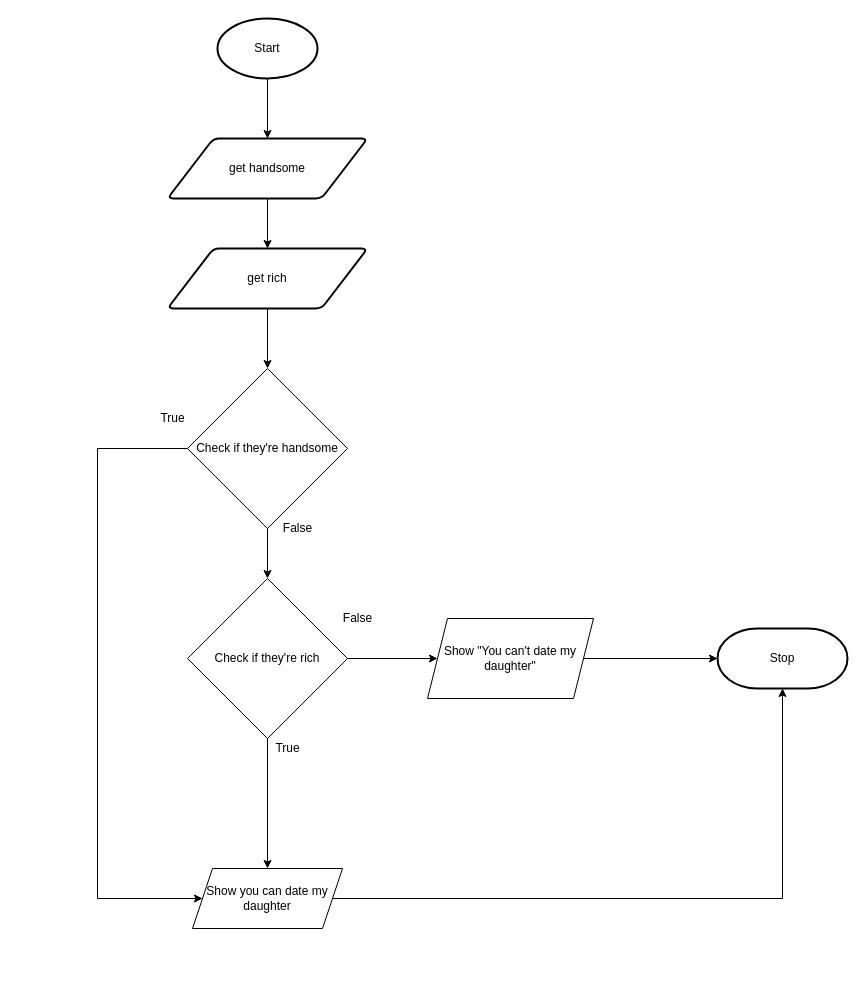
This is flowchart.drawio from Ethan-Prieur1/ICS3U-Unit3-07-Python, a draw.io file, before an edit. Source tidied: cells renumbered, new cells numbered last; positions are measured from the earlier drawing's top-left corner, leaving out a move shared by most shapes. Both pictures are drawn from the tidied source at 100%, with x=0, y=0 at pixel (97, 18).
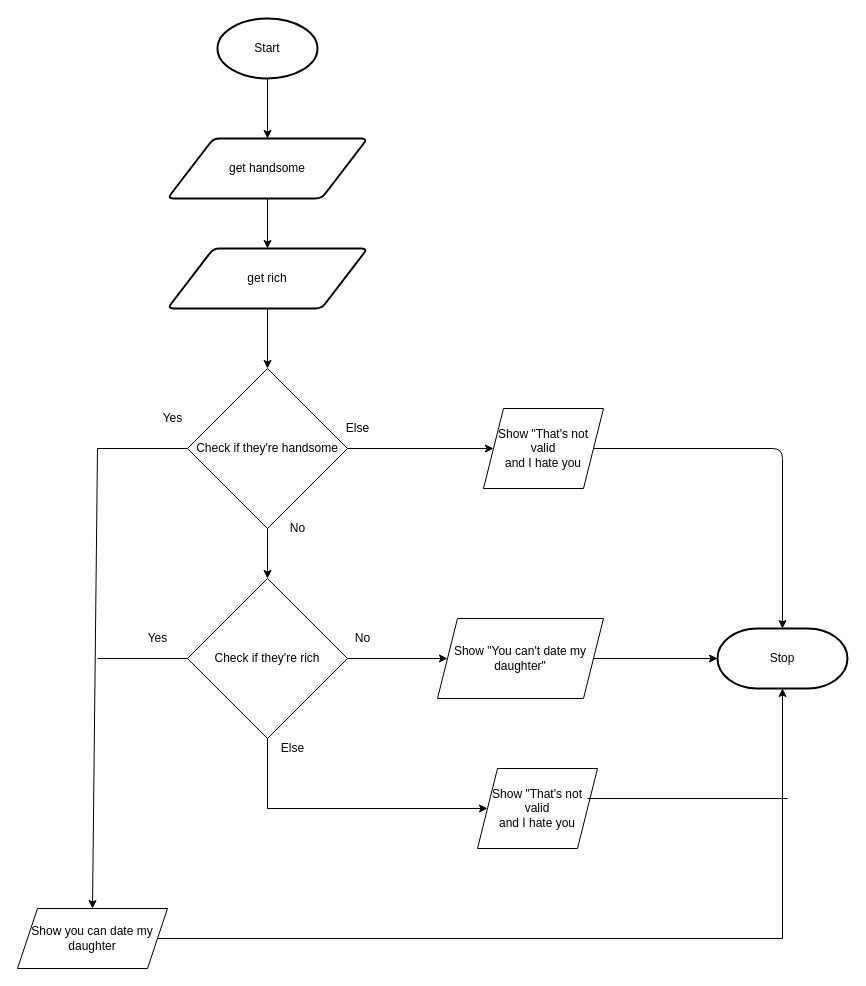
Above is the later version.

The change refers to these unchanged cells:
```xml
<mxCell id="6" value="Stop" style="strokeWidth=2;html=1;shape=mxgraph.flowchart.terminator;whiteSpace=wrap;" parent="1" vertex="1">
  <mxGeometry x="620" y="610" width="130" height="60" as="geometry" />
</mxCell>
<mxCell id="10" value="Check if they're handsome" style="rhombus;whiteSpace=wrap;html=1;" parent="1" vertex="1">
  <mxGeometry x="90" y="350" width="160" height="160" as="geometry" />
</mxCell>
<mxCell id="13" value="Check if they're rich" style="rhombus;whiteSpace=wrap;html=1;" parent="1" vertex="1">
  <mxGeometry x="90" y="560" width="160" height="160" as="geometry" />
</mxCell>
```

What changed in the source:
```diff
@@
+    <mxCell id="23" style="edgeStyle=none;html=1;" parent="1" edge="1" source="10" target="27">
+      <mxGeometry relative="1" as="geometry" />
+    </mxCell>
@@
-    <mxCell id="11" style="edgeStyle=orthogonalEdgeStyle;rounded=0;html=1;" parent="1" edge="1" source="13" target="17">
-      <mxGeometry relative="1" as="geometry" />
-    </mxCell>
-    <mxCell id="12" style="edgeStyle=orthogonalEdgeStyle;rounded=0;html=1;" parent="1" edge="1" source="13" target="15">
+    <mxCell id="12" style="edgeStyle=none;html=1;" parent="1" edge="1" source="13" target="15">
       <mxGeometry relative="1" as="geometry" />
     </mxCell>
+    <mxCell id="24" style="edgeStyle=orthogonalEdgeStyle;html=1;exitX=0.5;exitY=1;exitDx=0;exitDy=0;entryX=0;entryY=0.5;entryDx=0;entryDy=0;rounded=0;" parent="1" edge="1" source="13" target="29">
+      <mxGeometry relative="1" as="geometry">
+        <Array as="points">
+          <mxPoint x="170" y="790" />
+        </Array>
+      </mxGeometry>
+    </mxCell>
@@
-    <mxCell id="14" style="edgeStyle=orthogonalEdgeStyle;html=1;entryX=0;entryY=0.5;entryDx=0;entryDy=0;entryPerimeter=0;exitX=1;exitY=0.5;exitDx=0;exitDy=0;" parent="1" edge="1" source="15" target="6">
+    <mxCell id="14" style="edgeStyle=none;html=1;" parent="1" edge="1" source="15" target="6">
       <mxGeometry relative="1" as="geometry" />
     </mxCell>
     <mxCell id="15" value="Show &quot;You can't date my daughter&quot;" style="shape=parallelogram;perimeter=parallelogramPerimeter;whiteSpace=wrap;html=1;fixedSize=1;" parent="1" vertex="1">
-      <mxGeometry x="330" y="600" width="166" height="80" as="geometry" />
+      <mxGeometry x="340" y="600" width="166" height="80" as="geometry" />
     </mxCell>
@@
     <mxCell id="17" value="Show you can date my daughter" style="shape=parallelogram;perimeter=parallelogramPerimeter;whiteSpace=wrap;html=1;fixedSize=1;" parent="1" vertex="1">
-      <mxGeometry x="95" y="850" width="150" height="60" as="geometry" />
+      <mxGeometry x="-80" y="890" width="150" height="60" as="geometry" />
     </mxCell>
-    <mxCell id="18" style="endArrow=classic;html=1;rounded=0;exitX=0;exitY=0.5;exitDx=0;exitDy=0;entryX=0;entryY=0.5;entryDx=0;entryDy=0;" parent="1" edge="1" source="10" target="17">
+    <mxCell id="18" style="endArrow=classic;html=1;rounded=0;exitX=0;exitY=0.5;exitDx=0;exitDy=0;entryX=0.5;entryY=0;entryDx=0;entryDy=0;" parent="1" edge="1" source="10" target="17">
       <mxGeometry relative="1" as="geometry">
         <Array as="points">
           <mxPoint y="430" />
-          <mxPoint y="880" />
         </Array>
       </mxGeometry>
     </mxCell>
-    <mxCell id="19" value="True" style="text;html=1;align=center;verticalAlign=middle;strokeColor=none;fillColor=none;" parent="1" vertex="1">
+    <mxCell id="19" value="Yes" style="text;html=1;align=center;verticalAlign=middle;strokeColor=none;fillColor=none;" parent="1" vertex="1">
       <mxGeometry x="55" y="390" width="40" height="20" as="geometry" />
     </mxCell>
-    <mxCell id="20" value="False" style="text;html=1;align=center;verticalAlign=middle;strokeColor=none;fillColor=none;" parent="1" vertex="1">
-      <mxGeometry x="175" y="500" width="50" height="20" as="geometry" />
+    <mxCell id="20" value="No" style="text;html=1;align=center;verticalAlign=middle;strokeColor=none;fillColor=none;" parent="1" vertex="1">
+      <mxGeometry x="185" y="500" width="30" height="20" as="geometry" />
     </mxCell>
-    <mxCell id="21" value="True" style="text;html=1;align=center;verticalAlign=middle;strokeColor=none;fillColor=none;" parent="1" vertex="1">
-      <mxGeometry x="170" y="720" width="40" height="20" as="geometry" />
+    <mxCell id="21" value="Yes" style="text;html=1;align=center;verticalAlign=middle;strokeColor=none;fillColor=none;" parent="1" vertex="1">
+      <mxGeometry x="40" y="610" width="40" height="20" as="geometry" />
     </mxCell>
-    <mxCell id="22" value="False" style="text;html=1;align=center;verticalAlign=middle;strokeColor=none;fillColor=none;" parent="1" vertex="1">
-      <mxGeometry x="235" y="590" width="50" height="20" as="geometry" />
+    <mxCell id="22" value="No" style="text;html=1;align=center;verticalAlign=middle;strokeColor=none;fillColor=none;" parent="1" vertex="1">
+      <mxGeometry x="250" y="610" width="30" height="20" as="geometry" />
     </mxCell>
+    <mxCell id="25" style="endArrow=none;html=1;exitX=0;exitY=0.5;exitDx=0;exitDy=0;" parent="1" edge="1" source="13">
+      <mxGeometry relative="1" as="geometry">
+        <mxPoint y="640" as="targetPoint" />
+      </mxGeometry>
+    </mxCell>
+    <mxCell id="26" style="edgeStyle=orthogonalEdgeStyle;html=1;exitX=1;exitY=0.5;exitDx=0;exitDy=0;entryX=0.5;entryY=0;entryDx=0;entryDy=0;entryPerimeter=0;" parent="1" edge="1" source="27" target="6">
+      <mxGeometry relative="1" as="geometry" />
+    </mxCell>
+    <mxCell id="27" value="Show &quot;That's not &lt;br&gt;valid &lt;br&gt;and I hate you" style="shape=parallelogram;perimeter=parallelogramPerimeter;whiteSpace=wrap;html=1;fixedSize=1;" parent="1" vertex="1">
+      <mxGeometry x="386" y="390" width="120" height="80" as="geometry" />
+    </mxCell>
+    <mxCell id="28" value="Else" style="text;html=1;align=center;verticalAlign=middle;strokeColor=none;fillColor=none;" parent="1" vertex="1">
+      <mxGeometry x="240" y="400" width="40" height="20" as="geometry" />
+    </mxCell>
+    <mxCell id="29" value="Show &quot;That's not &lt;br&gt;valid &lt;br&gt;and I hate you" style="shape=parallelogram;perimeter=parallelogramPerimeter;whiteSpace=wrap;html=1;fixedSize=1;" parent="1" vertex="1">
+      <mxGeometry x="380" y="750" width="120" height="80" as="geometry" />
+    </mxCell>
+    <mxCell id="30" style="endArrow=none;html=1;rounded=0;" parent="1" edge="1">
+      <mxGeometry relative="1" as="geometry">
+        <mxPoint x="490" y="780" as="sourcePoint" />
+        <mxPoint x="690" y="780" as="targetPoint" />
+      </mxGeometry>
+    </mxCell>
+    <mxCell id="31" value="Else" style="text;html=1;align=center;verticalAlign=middle;strokeColor=none;fillColor=none;" parent="1" vertex="1">
+      <mxGeometry x="175" y="720" width="40" height="20" as="geometry" />
+    </mxCell>
```
